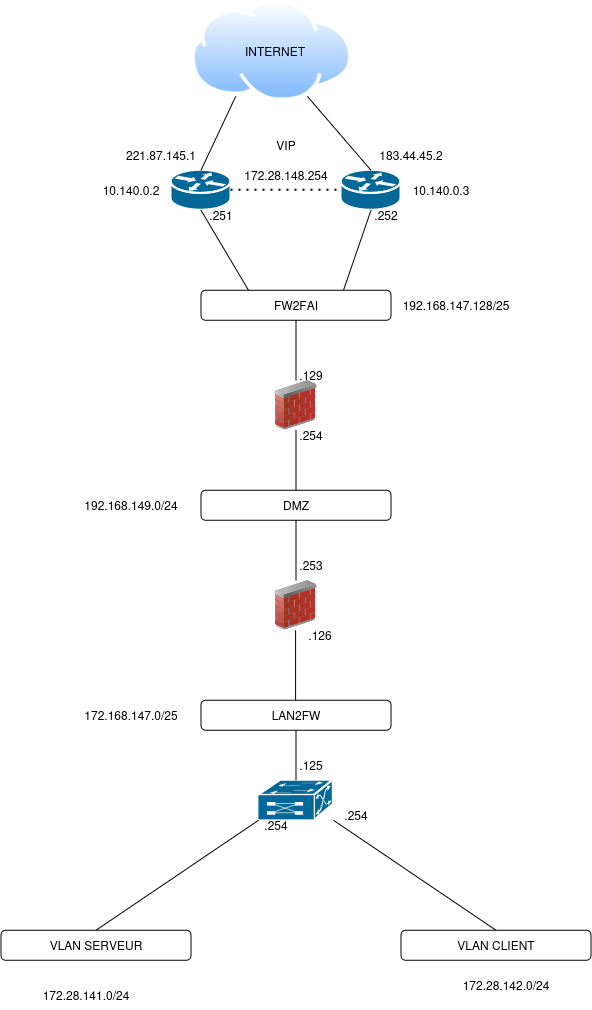
This is docs/assets/schema-logiquem.png from MLBOff/Orleans-2027, a draw.io export, as it was before one commit. Source tidied: cells renumbered, new cells last; positions are measured from the earlier drawing's top-left corner, leaving out a move shared by most shapes.
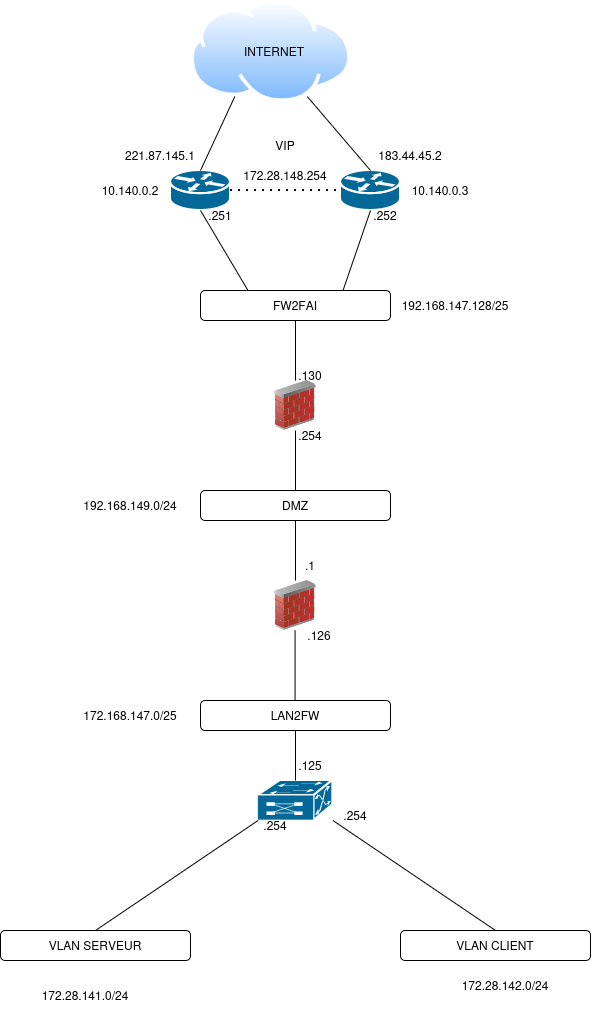
The same diagram one commit later.

Diff of the diagram source:
```diff
@@ -119,13 +119,13 @@
     <mxCell id="39" value="192.168.147.128/25" style="text;html=1;whiteSpace=wrap;strokeColor=none;fillColor=none;align=center;verticalAlign=middle;rounded=0;" parent="1" vertex="1">
       <mxGeometry x="410" y="290" width="90" height="30" as="geometry" />
     </mxCell>
-    <mxCell id="40" value=".129" style="text;html=1;whiteSpace=wrap;strokeColor=none;fillColor=none;align=center;verticalAlign=middle;rounded=0;" parent="1" vertex="1">
+    <mxCell id="40" value=".130" style="text;html=1;whiteSpace=wrap;strokeColor=none;fillColor=none;align=center;verticalAlign=middle;rounded=0;" parent="1" vertex="1">
       <mxGeometry x="265" y="360" width="90" height="30" as="geometry" />
     </mxCell>
     <mxCell id="41" value=".254" style="text;html=1;whiteSpace=wrap;strokeColor=none;fillColor=none;align=center;verticalAlign=middle;rounded=0;" parent="1" vertex="1">
       <mxGeometry x="265" y="420" width="90" height="30" as="geometry" />
     </mxCell>
-    <mxCell id="42" value=".253" style="text;html=1;whiteSpace=wrap;strokeColor=none;fillColor=none;align=center;verticalAlign=middle;rounded=0;" parent="1" vertex="1">
+    <mxCell id="42" value=".1" style="text;html=1;whiteSpace=wrap;strokeColor=none;fillColor=none;align=center;verticalAlign=middle;rounded=0;" parent="1" vertex="1">
       <mxGeometry x="265" y="550" width="90" height="30" as="geometry" />
     </mxCell>
     <mxCell id="43" value=".126" style="text;html=1;whiteSpace=wrap;strokeColor=none;fillColor=none;align=center;verticalAlign=middle;rounded=0;" parent="1" vertex="1">
```
